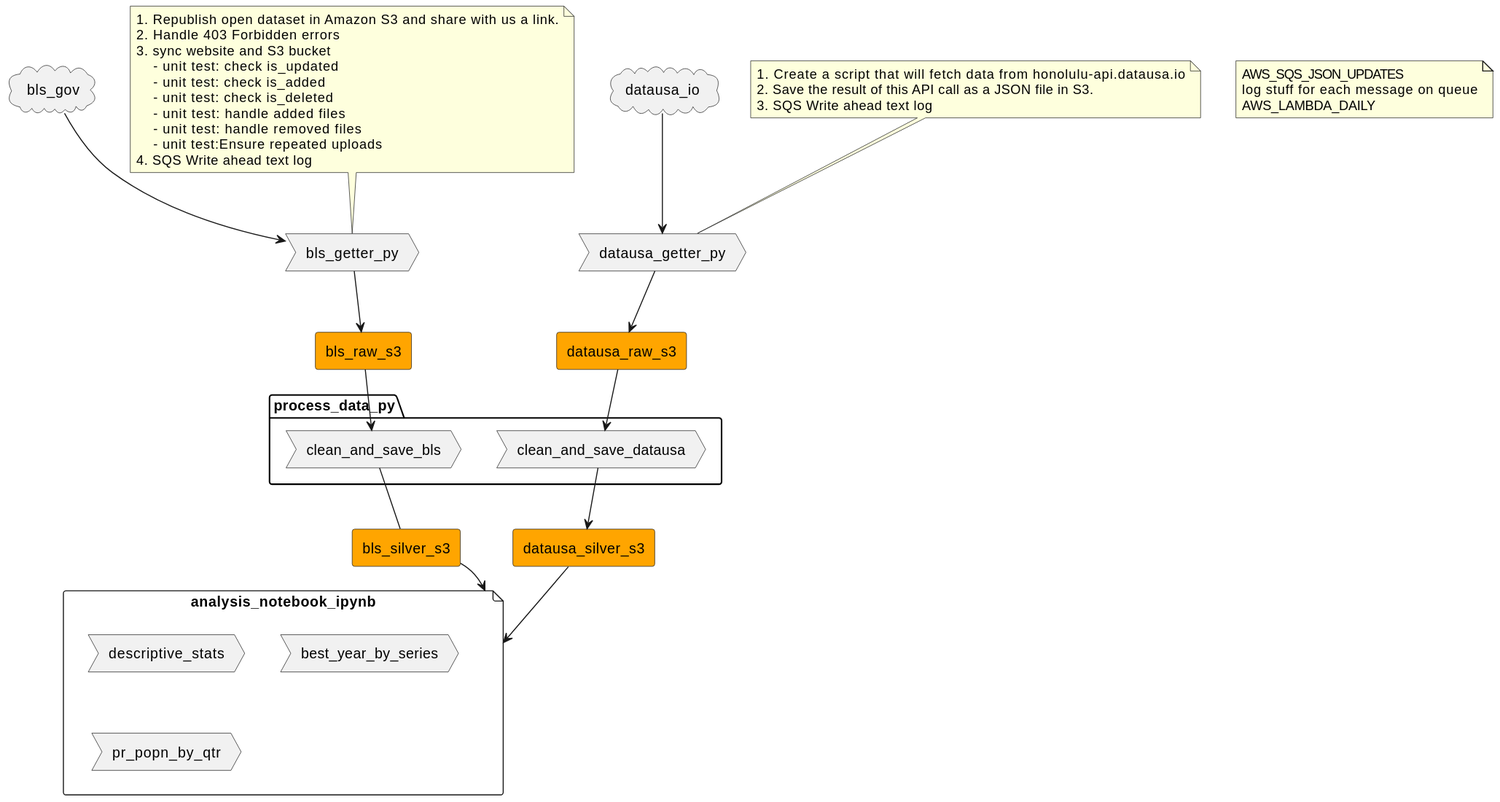
Above: site/diagrams/deployment.svg in TechR10n/fomc-agent (PlantUML), before the change. Its diagram source:
```plantuml
@startuml

cloud bls_gov
cloud datausa_io

rectangle bls_raw_s3 #orange
rectangle datausa_raw_s3 #orange
rectangle bls_silver_s3 #orange
rectangle datausa_silver_s3 #orange

process bls_getter_py
note top of bls_getter_py
1. Republish open dataset in Amazon S3 and share with us a link.
2. Handle 403 Forbidden errors
3. sync website and S3 bucket
    - unit test: check is_updated
    - unit test: check is_added
    - unit test: check is_deleted
    - unit test: handle added files
    - unit test: handle removed files
    - unit test:Ensure repeated uploads
4. SQS Write ahead text log
end note


process datausa_getter_py
note top of datausa_getter_py
1. Create a script that will fetch data from honolulu-api.datausa.io
2. Save the result of this API call as a JSON file in S3.
3. SQS Write ahead text log
end note

package process_data_py {
    process clean_and_save_bls
    process clean_and_save_datausa
}

file analysis_notebook_ipynb {
    process descriptive_stats
    process best_year_by_series
    process pr_popn_by_qtr
}

note as aws_cdk
    AWS_SQS_JSON_UPDATES
    log stuff for each message on queue
    AWS_LAMBDA_DAILY
end note

bls_gov --> bls_getter_py
bls_getter_py --> bls_raw_s3
bls_raw_s3 --> clean_and_save_bls
clean_and_save_bls -- bls_silver_s3

datausa_io --> datausa_getter_py
datausa_getter_py --> datausa_raw_s3
datausa_raw_s3 --> clean_and_save_datausa
clean_and_save_datausa --> datausa_silver_s3

bls_silver_s3 --> analysis_notebook_ipynb
datausa_silver_s3 --> analysis_notebook_ipynb
@enduml
```
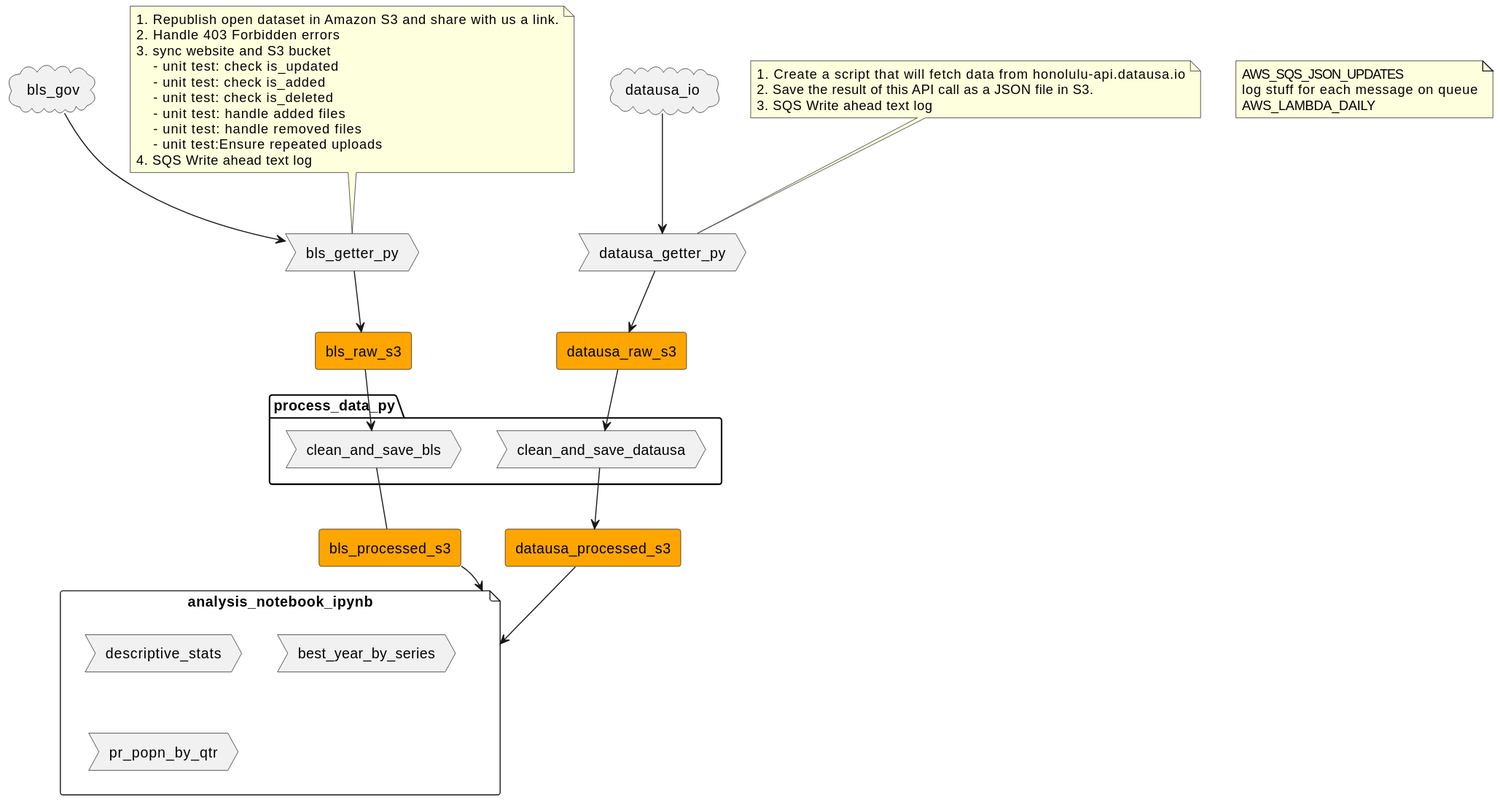
The same diagram one commit later.

What changed in the source:
```diff
@@ -5,8 +5,8 @@
 
 rectangle bls_raw_s3 #orange
 rectangle datausa_raw_s3 #orange
-rectangle bls_silver_s3 #orange
-rectangle datausa_silver_s3 #orange
+rectangle bls_processed_s3 #orange
+rectangle datausa_processed_s3 #orange
 
 process bls_getter_py
 note top of bls_getter_py
@@ -50,13 +50,13 @@
 bls_gov --> bls_getter_py
 bls_getter_py --> bls_raw_s3
 bls_raw_s3 --> clean_and_save_bls
-clean_and_save_bls -- bls_silver_s3
+clean_and_save_bls -- bls_processed_s3
 
 datausa_io --> datausa_getter_py
 datausa_getter_py --> datausa_raw_s3
 datausa_raw_s3 --> clean_and_save_datausa
-clean_and_save_datausa --> datausa_silver_s3
+clean_and_save_datausa --> datausa_processed_s3
 
-bls_silver_s3 --> analysis_notebook_ipynb
-datausa_silver_s3 --> analysis_notebook_ipynb
+bls_processed_s3 --> analysis_notebook_ipynb
+datausa_processed_s3 --> analysis_notebook_ipynb
 @enduml
```
